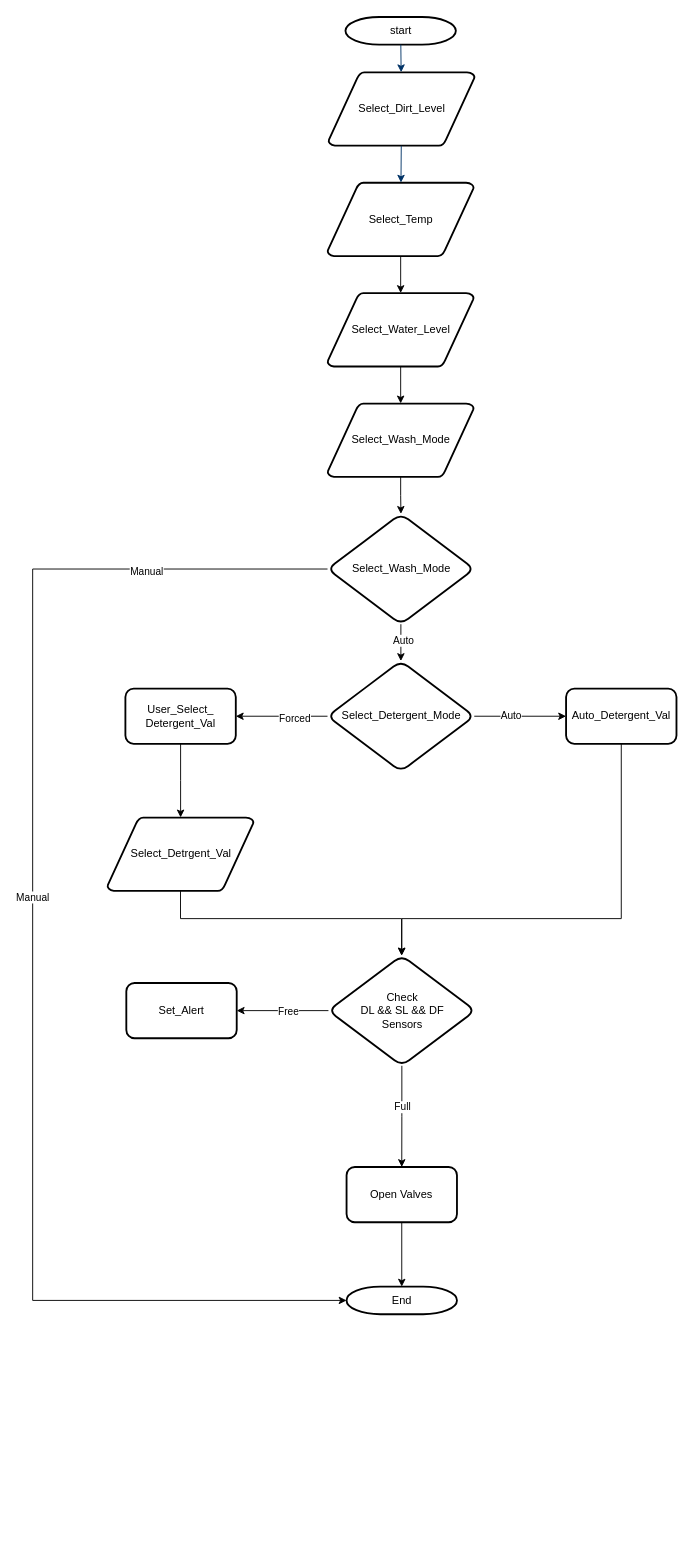
The draw.io diagram WM_Auto_detergent.drawio in Ahmed-lniwehy/WM_Auto_Detergent, before the edit. Source tidied: cells renumbered, new cells numbered last; positions are measured from the earlier drawing's top-left corner, leaving out a move shared by most shapes. Both pictures are drawn from the tidied source at 92%, with x=0, y=0 at pixel (32, 17).
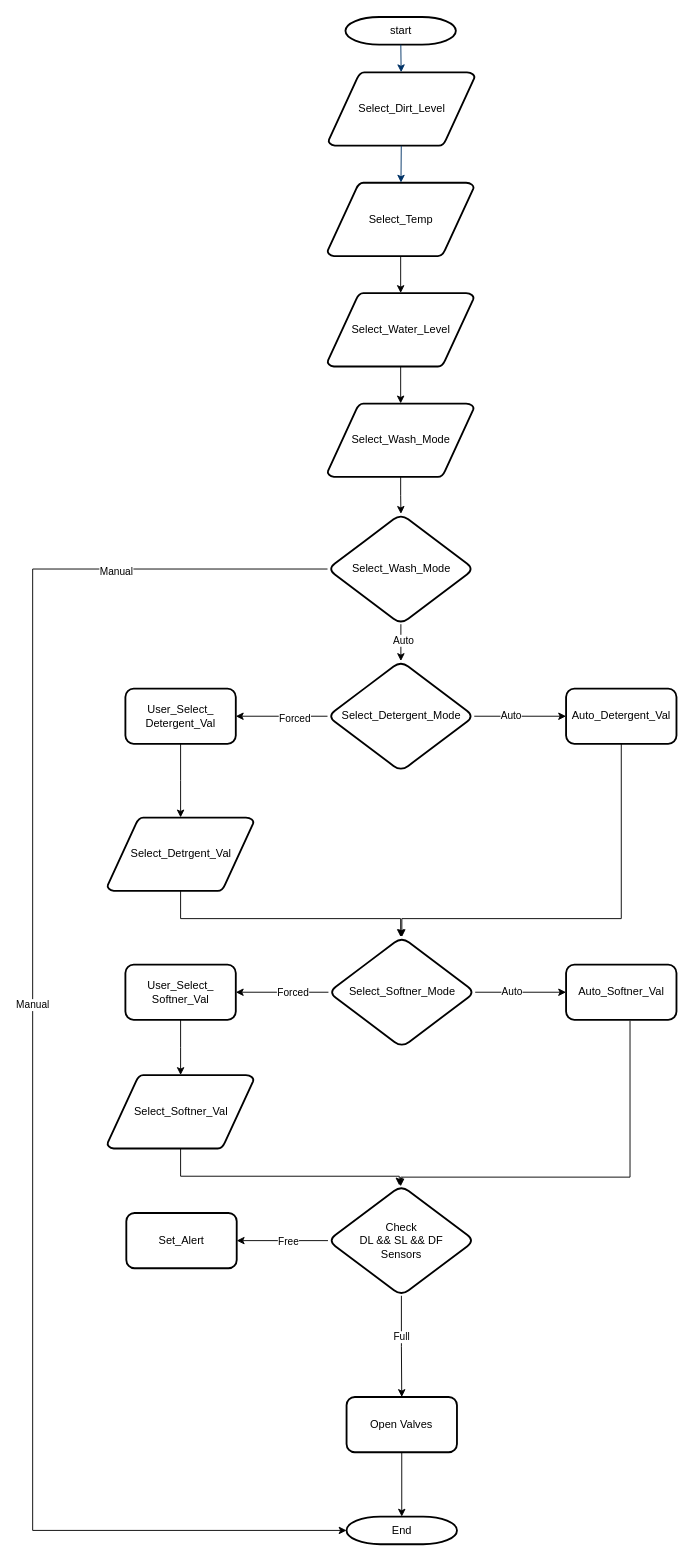
After the change.

Unchanged cells that the change refers to:
```xml
<mxCell id="17" value="Select_Wash_Mode" style="rhombus;whiteSpace=wrap;html=1;strokeWidth=2;gradientColor=none;gradientDirection=north;fontStyle=0;rounded=1;" parent="1" vertex="1">
  <mxGeometry x="320.5" y="540" width="159.5" height="120" as="geometry" />
</mxCell>
<mxCell id="24" value="Auto_Detergent_Val" style="whiteSpace=wrap;html=1;strokeWidth=2;gradientColor=none;gradientDirection=north;fontStyle=0;rounded=1;" parent="1" vertex="1">
  <mxGeometry x="579.8" y="730" width="120" height="60" as="geometry" />
</mxCell>
<mxCell id="28" value="Select_Detrgent_Val" style="shape=mxgraph.flowchart.data;strokeWidth=2;gradientColor=none;gradientDirection=north;fontStyle=0;html=1;" parent="1" vertex="1">
  <mxGeometry x="81.2" y="870" width="159" height="80" as="geometry" />
</mxCell>
```

What changed in the source:
```diff
@@
     <mxCell id="14" style="edgeStyle=orthogonalEdgeStyle;rounded=0;jettySize=auto;html=1;entryX=0;entryY=0.5;entryDx=0;entryDy=0;entryPerimeter=0;exitX=0;exitY=0.5;exitDx=0;exitDy=0;" parent="1" edge="1" source="17" target="37">
       <mxGeometry relative="1" as="geometry">
         <Array as="points">
           <mxPoint y="600" />
-          <mxPoint y="1395" />
+          <mxPoint y="1645" />
         </Array>
       </mxGeometry>
     </mxCell>
@@
-    <mxCell id="23" style="edgeStyle=orthogonalEdgeStyle;rounded=0;jettySize=auto;html=1;entryX=0.5;entryY=0;entryDx=0;entryDy=0;" parent="1" edge="1" source="24" target="33">
-      <mxGeometry relative="1" as="geometry">
-        <Array as="points">
-          <mxPoint x="640" y="980" />
-          <mxPoint x="401" y="980" />
-        </Array>
-      </mxGeometry>
-    </mxCell>
+    <mxCell id="38" style="edgeStyle=orthogonalEdgeStyle;rounded=0;jettySize=auto;html=1;" parent="1" edge="1" source="24" target="50">
+      <mxGeometry relative="1" as="geometry">
+        <Array as="points">
+          <mxPoint x="640" y="980" />
+        </Array>
+      </mxGeometry>
+    </mxCell>
@@
-    <mxCell id="27" style="edgeStyle=orthogonalEdgeStyle;rounded=0;jettySize=auto;html=1;" parent="1" edge="1" source="28" target="33">
-      <mxGeometry relative="1" as="geometry">
-        <Array as="points">
-          <mxPoint x="161" y="980" />
-          <mxPoint x="401" y="980" />
-        </Array>
-      </mxGeometry>
-    </mxCell>
+    <mxCell id="39" style="edgeStyle=orthogonalEdgeStyle;rounded=0;orthogonalLoop=1;jettySize=auto;html=1;entryX=0.492;entryY=0.043;entryDx=0;entryDy=0;entryPerimeter=0;" parent="1" edge="1">
+      <mxGeometry relative="1" as="geometry">
+        <mxPoint x="160.8" y="944.8" as="sourcePoint" />
+        <mxPoint x="400" y="1000" as="targetPoint" />
+        <Array as="points">
+          <mxPoint x="161" y="980" />
+          <mxPoint x="400" y="980" />
+        </Array>
+      </mxGeometry>
+    </mxCell>
@@
     <mxCell id="33" value="Check&lt;br&gt;DL &amp;amp;&amp;amp; SL &amp;amp;&amp;amp; DF&lt;br&gt;Sensors" style="rhombus;whiteSpace=wrap;html=1;strokeWidth=2;gradientColor=none;gradientDirection=north;fontStyle=0;rounded=1;" parent="1" vertex="1">
-      <mxGeometry x="321.5" y="1020" width="159.5" height="120" as="geometry" />
+      <mxGeometry x="321" y="1270" width="159.5" height="120" as="geometry" />
     </mxCell>
     <mxCell id="34" value="Set_Alert" style="whiteSpace=wrap;html=1;strokeWidth=2;gradientColor=none;gradientDirection=north;fontStyle=0;rounded=1;" parent="1" vertex="1">
-      <mxGeometry x="101.8" y="1050" width="120" height="60" as="geometry" />
+      <mxGeometry x="101.8" y="1300" width="120" height="60" as="geometry" />
     </mxCell>
@@
     <mxCell id="36" value="Open Valves" style="whiteSpace=wrap;html=1;strokeWidth=2;gradientColor=none;gradientDirection=north;fontStyle=0;rounded=1;" parent="1" vertex="1">
-      <mxGeometry x="341.2" y="1250" width="120" height="60" as="geometry" />
+      <mxGeometry x="341.2" y="1500" width="120" height="60" as="geometry" />
     </mxCell>
     <mxCell id="37" value="End" style="shape=mxgraph.flowchart.terminator;strokeWidth=2;gradientColor=none;gradientDirection=north;fontStyle=0;html=1;" parent="1" vertex="1">
-      <mxGeometry x="341.2" y="1380" width="120" height="30" as="geometry" />
+      <mxGeometry x="341.2" y="1630" width="120" height="30" as="geometry" />
     </mxCell>
+    <mxCell id="40" style="edgeStyle=orthogonalEdgeStyle;rounded=0;jettySize=auto;html=1;exitX=1;exitY=0.5;exitDx=0;exitDy=0;" parent="1" edge="1" source="50" target="43">
+      <mxGeometry relative="1" as="geometry" />
+    </mxCell>
+    <mxCell id="41" value="Auto" style="edgeLabel;html=1;align=center;verticalAlign=middle;" parent="40" vertex="1">
+      <mxGeometry x="-0.21" y="1" relative="1" as="geometry" />
+    </mxCell>
+    <mxCell id="42" style="edgeStyle=orthogonalEdgeStyle;rounded=0;orthogonalLoop=1;jettySize=auto;html=1;entryX=0.5;entryY=0;entryDx=0;entryDy=0;" parent="1" edge="1">
+      <mxGeometry relative="1" as="geometry">
+        <mxPoint x="649.3" y="1091" as="sourcePoint" />
+        <mxPoint x="400" y="1271" as="targetPoint" />
+        <Array as="points">
+          <mxPoint x="649.3" y="1261" />
+          <mxPoint x="400.3" y="1261" />
+        </Array>
+      </mxGeometry>
+    </mxCell>
+    <mxCell id="43" value="Auto_Softner_Val" style="whiteSpace=wrap;html=1;strokeWidth=2;gradientColor=none;gradientDirection=north;fontStyle=0;rounded=1;" parent="1" vertex="1">
+      <mxGeometry x="579.8" y="1030" width="120" height="60" as="geometry" />
+    </mxCell>
+    <mxCell id="44" style="edgeStyle=orthogonalEdgeStyle;rounded=0;jettySize=auto;html=1;" parent="1" edge="1" source="45">
+      <mxGeometry relative="1" as="geometry">
+        <mxPoint x="160.8" y="1150" as="targetPoint" />
+      </mxGeometry>
+    </mxCell>
+    <mxCell id="45" value="User_Select_&lt;br&gt;Softner_Val" style="whiteSpace=wrap;html=1;strokeWidth=2;gradientColor=none;gradientDirection=north;fontStyle=0;rounded=1;" parent="1" vertex="1">
+      <mxGeometry x="100.8" y="1030" width="120" height="60" as="geometry" />
+    </mxCell>
+    <mxCell id="46" style="edgeStyle=orthogonalEdgeStyle;rounded=0;orthogonalLoop=1;jettySize=auto;html=1;entryX=0.486;entryY=0.054;entryDx=0;entryDy=0;entryPerimeter=0;" parent="1" edge="1">
+      <mxGeometry relative="1" as="geometry">
+        <mxPoint x="160.8" y="1223.5" as="sourcePoint" />
+        <mxPoint x="398.5" y="1270" as="targetPoint" />
+        <Array as="points">
+          <mxPoint x="161" y="1260" />
+          <mxPoint x="399" y="1260" />
+        </Array>
+      </mxGeometry>
+    </mxCell>
+    <mxCell id="47" value="Select_Softner_Val" style="shape=mxgraph.flowchart.data;strokeWidth=2;gradientColor=none;gradientDirection=north;fontStyle=0;html=1;" parent="1" vertex="1">
+      <mxGeometry x="81.2" y="1150" width="159" height="80" as="geometry" />
+    </mxCell>
+    <mxCell id="48" style="edgeStyle=orthogonalEdgeStyle;rounded=0;jettySize=auto;html=1;" parent="1" edge="1" source="50" target="45">
+      <mxGeometry relative="1" as="geometry" />
+    </mxCell>
+    <mxCell id="49" value="Forced" style="edgeLabel;html=1;align=center;verticalAlign=middle;" parent="48" vertex="1">
+      <mxGeometry x="-0.23" relative="1" as="geometry" />
+    </mxCell>
+    <mxCell id="50" value="Select_Softner_Mode" style="rhombus;whiteSpace=wrap;html=1;strokeWidth=2;gradientColor=none;gradientDirection=north;fontStyle=0;rounded=1;" parent="1" vertex="1">
+      <mxGeometry x="321.5" y="1000" width="159.5" height="120" as="geometry" />
+    </mxCell>
```
